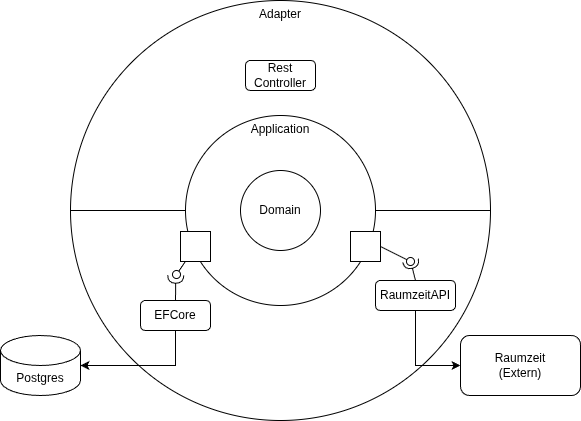
This is Documentation/assets/Hexagonal.drawio.png from Momolem/Lernzeit, a draw.io export, as it was before one commit. Source tidied: cells renumbered, new cells last; positions are measured from the earlier drawing's top-left corner, leaving out a move shared by most shapes.
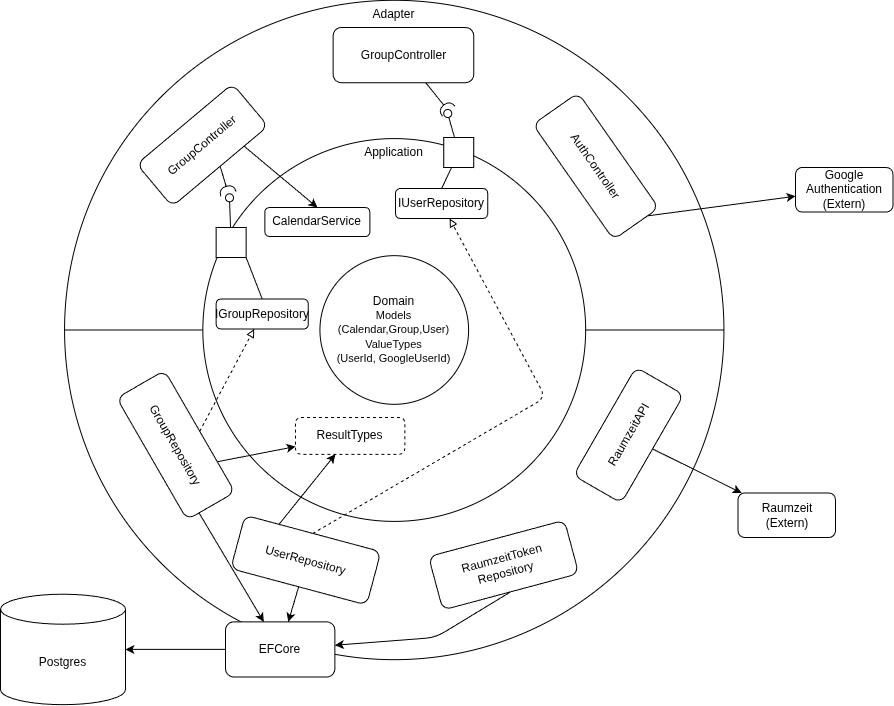
Later version of the same file.

Commit message:
feat: architektur diagramm verbessert

What changed in the source:
```diff
@@ -2,71 +2,154 @@
   <root>
     <mxCell id="0" />
     <mxCell id="1" parent="0" />
+    <mxCell id="22" style="edgeStyle=none;html=1;exitX=1;exitY=0.5;exitDx=0;exitDy=0;entryX=1;entryY=0.5;entryDx=0;entryDy=0;strokeColor=none;" parent="1" edge="1" source="2" target="4">
+      <mxGeometry relative="1" as="geometry" />
+    </mxCell>
+    <mxCell id="23" style="edgeStyle=none;html=1;exitX=1;exitY=0.5;exitDx=0;exitDy=0;entryX=1;entryY=0.5;entryDx=0;entryDy=0;strokeColor=none;" parent="1" edge="1" source="2" target="4">
+      <mxGeometry relative="1" as="geometry" />
+    </mxCell>
     <mxCell id="2" value="Adapter" style="ellipse;whiteSpace=wrap;html=1;fillColor=none;verticalAlign=top;" parent="1" vertex="1">
-      <mxGeometry x="70" width="420" height="420" as="geometry" />
+      <mxGeometry x="-40.9" y="-177.2" width="659.4" height="659.4" as="geometry" />
     </mxCell>
+    <mxCell id="24" style="edgeStyle=none;html=1;exitX=1;exitY=0.5;exitDx=0;exitDy=0;entryX=1;entryY=0.5;entryDx=0;entryDy=0;rounded=1;curved=0;strokeColor=default;endArrow=none;endFill=0;" parent="1" edge="1" source="4" target="2">
+      <mxGeometry relative="1" as="geometry" />
+    </mxCell>
+    <mxCell id="25" style="edgeStyle=none;html=1;exitX=0;exitY=0.5;exitDx=0;exitDy=0;entryX=0;entryY=0.5;entryDx=0;entryDy=0;endArrow=none;endFill=0;" parent="1" edge="1" source="4" target="2">
+      <mxGeometry relative="1" as="geometry" />
+    </mxCell>
+    <mxCell id="4" value="Application" style="ellipse;whiteSpace=wrap;html=1;fillColor=default;verticalAlign=top;fillStyle=solid;" parent="1" vertex="1">
+      <mxGeometry x="97.3" y="-38.9" width="382.8" height="382.8" as="geometry" />
+    </mxCell>
-    <mxCell id="3" value="Domain" style="ellipse;whiteSpace=wrap;html=1;" parent="1" vertex="1">
-      <mxGeometry x="240" y="170" width="80" height="80" as="geometry" />
+    <mxCell id="3" value="Domain&lt;div&gt;&lt;font style=&quot;font-size: 11px;&quot;&gt;Models (Calendar,Group,User)&lt;br&gt;ValueTypes&lt;/font&gt;&lt;/div&gt;&lt;div&gt;&lt;font style=&quot;font-size: 11px;&quot;&gt;(UserId, GoogleUserId)&lt;/font&gt;&lt;/div&gt;" style="ellipse;whiteSpace=wrap;html=1;" parent="1" vertex="1">
+      <mxGeometry x="214.4" y="78.2" width="148.7" height="148.7" as="geometry" />
     </mxCell>
-    <mxCell id="4" value="Application" style="ellipse;whiteSpace=wrap;html=1;fillColor=none;verticalAlign=top;" parent="1" vertex="1">
-      <mxGeometry x="185" y="115" width="190" height="190" as="geometry" />
-    </mxCell>
-    <mxCell id="5" style="endArrow=none;html=1;rounded=0;entryX=1;entryY=0.5;entryDx=0;entryDy=0;exitX=1;exitY=0.5;exitDx=0;exitDy=0;" parent="1" edge="1" source="4" target="2">
-      <mxGeometry relative="1" as="geometry" />
-    </mxCell>
+    <mxCell id="26" style="edgeStyle=none;html=1;exitX=0.75;exitY=1;exitDx=0;exitDy=0;entryX=0.5;entryY=0;entryDx=0;entryDy=0;" parent="1" edge="1" source="6" target="30">
+      <mxGeometry relative="1" as="geometry" />
+    </mxCell>
-    <mxCell id="6" value="Rest Controller" style="rounded=1;whiteSpace=wrap;html=1;" parent="1" vertex="1">
-      <mxGeometry x="245" y="60" width="70" height="30" as="geometry" />
+    <mxCell id="6" value="GroupController" style="rounded=1;whiteSpace=wrap;html=1;rotation=-40;" parent="1" vertex="1">
+      <mxGeometry x="34.4" y="-60" width="125" height="55.2" as="geometry" />
     </mxCell>
-    <mxCell id="7" style="endArrow=none;html=1;rounded=0;entryX=0;entryY=0.5;entryDx=0;entryDy=0;" parent="1" edge="1" target="4">
-      <mxGeometry relative="1" as="geometry">
-        <mxPoint x="70" y="210" as="sourcePoint" />
-      </mxGeometry>
-    </mxCell>
-    <mxCell id="8" style="edgeStyle=orthogonalEdgeStyle;rounded=0;jettySize=auto;html=1;exitX=0.5;exitY=1;exitDx=0;exitDy=0;entryX=1;entryY=0.5;entryDx=0;entryDy=0;entryPerimeter=0;" parent="1" edge="1" source="9" target="20">
+    <mxCell id="8" style="edgeStyle=orthogonalEdgeStyle;rounded=0;jettySize=auto;html=1;exitX=0;exitY=0.5;exitDx=0;exitDy=0;entryX=1;entryY=0.5;entryDx=0;entryDy=0;entryPerimeter=0;" parent="1" edge="1" source="9" target="20">
       <mxGeometry relative="1" as="geometry" />
     </mxCell>
     <mxCell id="9" value="EFCore" style="rounded=1;whiteSpace=wrap;html=1;" parent="1" vertex="1">
-      <mxGeometry x="140" y="300" width="70" height="30" as="geometry" />
+      <mxGeometry x="120" y="444.3" width="109.4" height="55.2" as="geometry" />
     </mxCell>
-    <mxCell id="10" style="edgeStyle=orthogonalEdgeStyle;rounded=0;jettySize=auto;html=1;exitX=0.5;exitY=1;exitDx=0;exitDy=0;entryX=0;entryY=0.5;entryDx=0;entryDy=0;" parent="1" edge="1" source="11" target="21">
+    <mxCell id="10" style="edgeStyle=none;html=1;exitX=0.5;exitY=1;exitDx=0;exitDy=0;" parent="1" edge="1" source="11" target="21">
       <mxGeometry relative="1" as="geometry" />
     </mxCell>
-    <mxCell id="11" value="RaumzeitAPI" style="rounded=1;whiteSpace=wrap;html=1;" parent="1" vertex="1">
-      <mxGeometry x="375" y="280" width="80" height="30" as="geometry" />
+    <mxCell id="11" value="RaumzeitAPI" style="rounded=1;whiteSpace=wrap;html=1;rotation=-60;" parent="1" vertex="1">
+      <mxGeometry x="460.6" y="230" width="125" height="55.2" as="geometry" />
     </mxCell>
-    <mxCell id="12" style="html=1;rounded=0;" parent="1" vertex="1">
-      <mxGeometry x="180" y="231" width="30" height="30" as="geometry" />
-    </mxCell>
-    <mxCell id="13" style="endArrow=none;html=1;rounded=0;align=center;verticalAlign=top;endFill=0;labelBackgroundColor=none;endSize=2;" parent="1" edge="1" source="12" target="14">
-      <mxGeometry relative="1" as="geometry" />
-    </mxCell>
-    <mxCell id="14" style="ellipse;html=1;fontSize=11;align=center;fillColor=none;points=[];verticalAlign=bottom;labelPosition=center;verticalLabelPosition=top;flipH=1;" parent="1" vertex="1">
-      <mxGeometry x="172" y="270" width="8" height="8" as="geometry" />
-    </mxCell>
-    <mxCell id="15" style="rounded=0;jettySize=auto;html=1;endArrow=halfCircle;endFill=0;endSize=6;strokeWidth=1;sketch=0;fontSize=12;curved=1;exitX=0.5;exitY=0;exitDx=0;exitDy=0;entryX=0.592;entryY=0.592;entryDx=0;entryDy=0;entryPerimeter=0;" parent="1" edge="1" source="9" target="14">
-      <mxGeometry relative="1" as="geometry" />
-    </mxCell>
     <mxCell id="16" style="ellipse;whiteSpace=wrap;html=1;align=center;fillColor=none;strokeColor=none;perimeter=centerPerimeter;" parent="1" vertex="1">
-      <mxGeometry x="140" y="280" width="10" height="10" as="geometry" />
+      <mxGeometry x="70" y="315.5" width="10" height="10" as="geometry" />
     </mxCell>
-    <mxCell id="17" style="html=1;rounded=0;" parent="1" vertex="1">
-      <mxGeometry x="350" y="231" width="30" height="30" as="geometry" />
-    </mxCell>
-    <mxCell id="18" style="rounded=0;jettySize=auto;html=1;endArrow=halfCircle;endFill=0;endSize=6;strokeWidth=1;sketch=0;fontSize=12;curved=1;exitX=0.5;exitY=0;exitDx=0;exitDy=0;" parent="1" edge="1" source="11">
-      <mxGeometry relative="1" as="geometry">
-        <mxPoint x="410" y="260" as="targetPoint" />
-      </mxGeometry>
-    </mxCell>
-    <mxCell id="19" style="html=1;verticalAlign=bottom;labelBackgroundColor=none;endArrow=oval;endFill=0;endSize=8;rounded=0;exitX=1;exitY=0.5;exitDx=0;exitDy=0;" parent="1" edge="1" source="17">
-      <mxGeometry relative="1" as="geometry">
-        <mxPoint x="410" y="261" as="targetPoint" />
-      </mxGeometry>
-    </mxCell>
     <mxCell id="20" value="Postgres" style="shape=cylinder3;whiteSpace=wrap;html=1;boundedLbl=1;backgroundOutline=1;size=15;" parent="1" vertex="1">
-      <mxGeometry y="335" width="80" height="60" as="geometry" />
+      <mxGeometry x="-105" y="416.7" width="125" height="110.5" as="geometry" />
     </mxCell>
     <mxCell id="21" value="&lt;div&gt;Raumzeit&lt;/div&gt;&lt;div&gt;(Extern)&lt;/div&gt;" style="rounded=1;whiteSpace=wrap;html=1;" parent="1" vertex="1">
-      <mxGeometry x="460" y="335" width="120" height="60" as="geometry" />
+      <mxGeometry x="632.5" y="315.4" width="97.5" height="44.5" as="geometry" />
     </mxCell>
+    <mxCell id="27" value="GroupController" style="rounded=1;whiteSpace=wrap;html=1;" parent="1" vertex="1">
+      <mxGeometry x="227.6" y="-150" width="140.6" height="55.2" as="geometry" />
+    </mxCell>
+    <mxCell id="28" style="edgeStyle=none;html=1;exitX=1;exitY=0.25;exitDx=0;exitDy=0;" parent="1" edge="1" source="29" target="57">
+      <mxGeometry relative="1" as="geometry" />
+    </mxCell>
+    <mxCell id="29" value="AuthController" style="rounded=1;whiteSpace=wrap;html=1;rotation=55;" parent="1" vertex="1">
+      <mxGeometry x="420" y="-38.9" width="140.6" height="55.2" as="geometry" />
+    </mxCell>
+    <mxCell id="30" value="&lt;font&gt;CalendarService&lt;/font&gt;" style="rounded=1;whiteSpace=wrap;html=1;rotation=0;" parent="1" vertex="1">
+      <mxGeometry x="159.4" y="30" width="105" height="29" as="geometry" />
+    </mxCell>
+    <mxCell id="31" value="&lt;font&gt;ResultTypes&lt;/font&gt;" style="rounded=1;whiteSpace=wrap;html=1;dashed=1;" parent="1" vertex="1">
+      <mxGeometry x="190" y="240" width="109.4" height="36.8" as="geometry" />
+    </mxCell>
+    <mxCell id="32" style="edgeStyle=none;html=1;exitX=1;exitY=0.75;exitDx=0;exitDy=0;" parent="1" edge="1" source="35" target="9">
+      <mxGeometry relative="1" as="geometry" />
+    </mxCell>
+    <mxCell id="33" style="edgeStyle=none;html=1;exitX=0.5;exitY=0;exitDx=0;exitDy=0;dashed=1;endArrow=block;endFill=0;" parent="1" edge="1" source="35" target="44">
+      <mxGeometry relative="1" as="geometry" />
+    </mxCell>
+    <mxCell id="34" style="edgeStyle=none;html=1;exitX=0.75;exitY=0;exitDx=0;exitDy=0;" parent="1" edge="1" source="35" target="31">
+      <mxGeometry relative="1" as="geometry" />
+    </mxCell>
+    <mxCell id="35" value="GroupRepository" style="rounded=1;whiteSpace=wrap;html=1;rotation=60;" parent="1" vertex="1">
+      <mxGeometry y="240" width="140.6" height="55.2" as="geometry" />
+    </mxCell>
+    <mxCell id="36" style="edgeStyle=none;html=1;exitX=0.5;exitY=1;exitDx=0;exitDy=0;" parent="1" edge="1" source="39" target="9">
+      <mxGeometry relative="1" as="geometry" />
+    </mxCell>
+    <mxCell id="37" style="edgeStyle=none;html=1;exitX=0.5;exitY=0;exitDx=0;exitDy=0;dashed=1;endArrow=block;endFill=0;" parent="1" edge="1" source="39" target="43">
+      <mxGeometry relative="1" as="geometry">
+        <Array as="points">
+          <mxPoint x="440" y="220" />
+        </Array>
+      </mxGeometry>
+    </mxCell>
+    <mxCell id="38" style="edgeStyle=none;html=1;exitX=0.25;exitY=0;exitDx=0;exitDy=0;" parent="1" edge="1" source="39" target="31">
+      <mxGeometry relative="1" as="geometry" />
+    </mxCell>
+    <mxCell id="39" value="UserRepository" style="rounded=1;whiteSpace=wrap;html=1;rotation=15;" parent="1" vertex="1">
+      <mxGeometry x="130" y="355" width="140.6" height="55.2" as="geometry" />
+    </mxCell>
+    <mxCell id="40" style="edgeStyle=none;html=1;exitX=0.5;exitY=1;exitDx=0;exitDy=0;" parent="1" edge="1" source="41" target="9">
+      <mxGeometry relative="1" as="geometry">
+        <Array as="points">
+          <mxPoint x="330" y="460" />
+        </Array>
+      </mxGeometry>
+    </mxCell>
+    <mxCell id="41" value="RaumzeitToken&lt;br&gt;Repository" style="rounded=1;whiteSpace=wrap;html=1;rotation=-15;" parent="1" vertex="1">
+      <mxGeometry x="327.8" y="360" width="140.6" height="55.2" as="geometry" />
+    </mxCell>
+    <mxCell id="42" style="edgeStyle=none;html=1;exitX=0.5;exitY=0;exitDx=0;exitDy=0;endArrow=none;endFill=0;" parent="1" edge="1" source="43" target="52">
+      <mxGeometry relative="1" as="geometry" />
+    </mxCell>
+    <mxCell id="43" value="&lt;font&gt;IUserRepository&lt;/font&gt;" style="rounded=1;whiteSpace=wrap;html=1;rotation=0;" parent="1" vertex="1">
+      <mxGeometry x="290" y="11" width="92.2" height="30" as="geometry" />
+    </mxCell>
+    <mxCell id="44" value="&lt;font&gt;IGroupRepository&lt;/font&gt;" style="rounded=1;whiteSpace=wrap;html=1;rotation=0;" parent="1" vertex="1">
+      <mxGeometry x="110.6" y="121.5" width="92.2" height="30" as="geometry" />
+    </mxCell>
+    <mxCell id="45" style="ellipse;whiteSpace=wrap;html=1;align=center;fillColor=none;strokeColor=none;perimeter=centerPerimeter;" parent="1" vertex="1">
+      <mxGeometry x="20" y="-140" width="10" height="10" as="geometry" />
+    </mxCell>
+    <mxCell id="46" style="edgeStyle=none;html=1;exitX=1;exitY=1;exitDx=0;exitDy=0;entryX=0.5;entryY=0;entryDx=0;entryDy=0;startArrow=none;startFill=0;endArrow=none;endFill=0;" parent="1" edge="1" source="47" target="44">
+      <mxGeometry relative="1" as="geometry" />
+    </mxCell>
+    <mxCell id="47" style="html=1;rounded=0;" parent="1" vertex="1">
+      <mxGeometry x="110.6" y="50" width="30" height="30" as="geometry" />
+    </mxCell>
+    <mxCell id="48" style="endArrow=none;html=1;rounded=0;align=center;verticalAlign=top;endFill=0;labelBackgroundColor=none;endSize=2;" parent="1" edge="1" source="47" target="51">
+      <mxGeometry relative="1" as="geometry" />
+    </mxCell>
+    <mxCell id="49" style="ellipse;whiteSpace=wrap;html=1;align=center;fillColor=none;strokeColor=none;perimeter=centerPerimeter;" parent="1" vertex="1">
+      <mxGeometry x="145" y="-10" width="10" height="10" as="geometry" />
+    </mxCell>
+    <mxCell id="50" style="rounded=0;jettySize=auto;html=1;endArrow=halfCircle;endFill=0;endSize=6;strokeWidth=1;sketch=0;fontSize=12;curved=1;exitX=0.5;exitY=1;exitDx=0;exitDy=0;" parent="1" edge="1" source="6" target="51">
+      <mxGeometry relative="1" as="geometry" />
+    </mxCell>
+    <mxCell id="51" style="ellipse;html=1;fontSize=11;align=center;fillColor=none;points=[];verticalAlign=bottom;labelPosition=center;verticalLabelPosition=top;flipH=1;" parent="1" vertex="1">
+      <mxGeometry x="120" y="16.3" width="8" height="8" as="geometry" />
+    </mxCell>
+    <mxCell id="52" style="html=1;rounded=0;" parent="1" vertex="1">
+      <mxGeometry x="338.2" y="-40" width="30" height="30" as="geometry" />
+    </mxCell>
+    <mxCell id="53" style="endArrow=none;html=1;rounded=0;align=center;verticalAlign=top;endFill=0;labelBackgroundColor=none;endSize=2;" parent="1" edge="1" source="52" target="54">
+      <mxGeometry relative="1" as="geometry" />
+    </mxCell>
+    <mxCell id="54" style="ellipse;html=1;fontSize=11;align=center;fillColor=none;points=[];verticalAlign=bottom;labelPosition=center;verticalLabelPosition=top;flipH=1;" parent="1" vertex="1">
+      <mxGeometry x="338.3" y="-68" width="8" height="8" as="geometry" />
+    </mxCell>
+    <mxCell id="55" style="rounded=0;jettySize=auto;html=1;endArrow=halfCircle;endFill=0;endSize=6;strokeWidth=1;sketch=0;fontSize=12;curved=1;entryX=0.379;entryY=0.22;entryDx=0;entryDy=0;entryPerimeter=0;" parent="1" edge="1" source="27" target="54">
+      <mxGeometry relative="1" as="geometry" />
+    </mxCell>
+    <mxCell id="56" style="ellipse;whiteSpace=wrap;html=1;align=center;fillColor=none;strokeColor=none;perimeter=centerPerimeter;" parent="1" vertex="1">
+      <mxGeometry x="254" y="-80" width="10" height="10" as="geometry" />
+    </mxCell>
+    <mxCell id="57" value="&lt;div&gt;Google Authentication&lt;/div&gt;&lt;div&gt;(Extern)&lt;/div&gt;" style="rounded=1;whiteSpace=wrap;html=1;" parent="1" vertex="1">
+      <mxGeometry x="690" y="-10" width="97.5" height="44.5" as="geometry" />
+    </mxCell>
   </root>
 </mxGraphModel>
```
